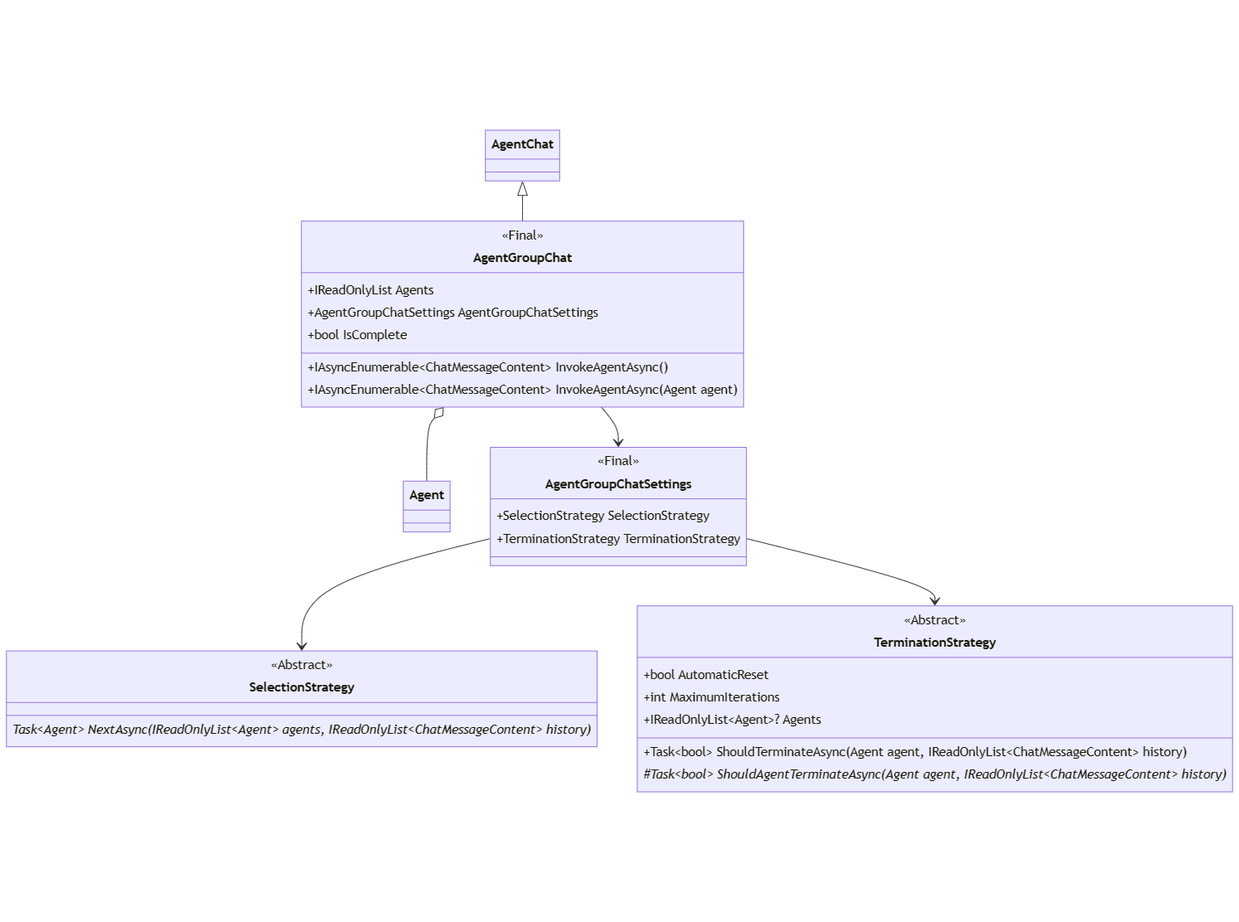
Above: docs/decisions/diagrams/agent-groupchat.png in microsoft/semantic-kernel (Mermaid), before the change. Its source is kept beside it as docs/decisions/diagrams/agent-groupchat.mmd. The source it was exported from:
```mermaid
classDiagram

    Agent
    AgentChannel
    AgentChat

    AgentChat <|-- AgentGroupChat
    AgentGroupChat o-- Agent
    AgentGroupChat --> AgentGroupChatSettings
    class AgentGroupChat {
        <<Final>>
        +IReadOnlyList<Agent> Agents
        +AgentGroupChatSettings AgentGroupChatSettings
        +bool IsComplete
        +IAsyncEnumerable~ChatMessageContent~ InvokeAgentAsync()
        +IAsyncEnumerable~ChatMessageContent~ InvokeAgentAsync(Agent agent)
    }

    AgentGroupChatSettings --> SelectionStrategy
    AgentGroupChatSettings --> TerminationStrategy
    class AgentGroupChatSettings {
        <<Final>>
        +SelectionStrategy SelectionStrategy
        +TerminationStrategy TerminationStrategy
    }

    class SelectionStrategy {
        <<Abstract>>
        Task~Agent~ NextAsync(IReadOnlyList~Agent~ agents, IReadOnlyList~ChatMessageContent~ history)*
    }

    class TerminationStrategy {
        <<Abstract>>
        +bool AutomaticReset
        +int MaximumIterations
        +IReadOnlyList~Agent~? Agents
        +Task~bool~ ShouldTerminateAsync(Agent agent, IReadOnlyList~ChatMessageContent~ history)
        #Task~bool~ ShouldAgentTerminateAsync(Agent agent, IReadOnlyList~ChatMessageContent~ history)*
    }
```
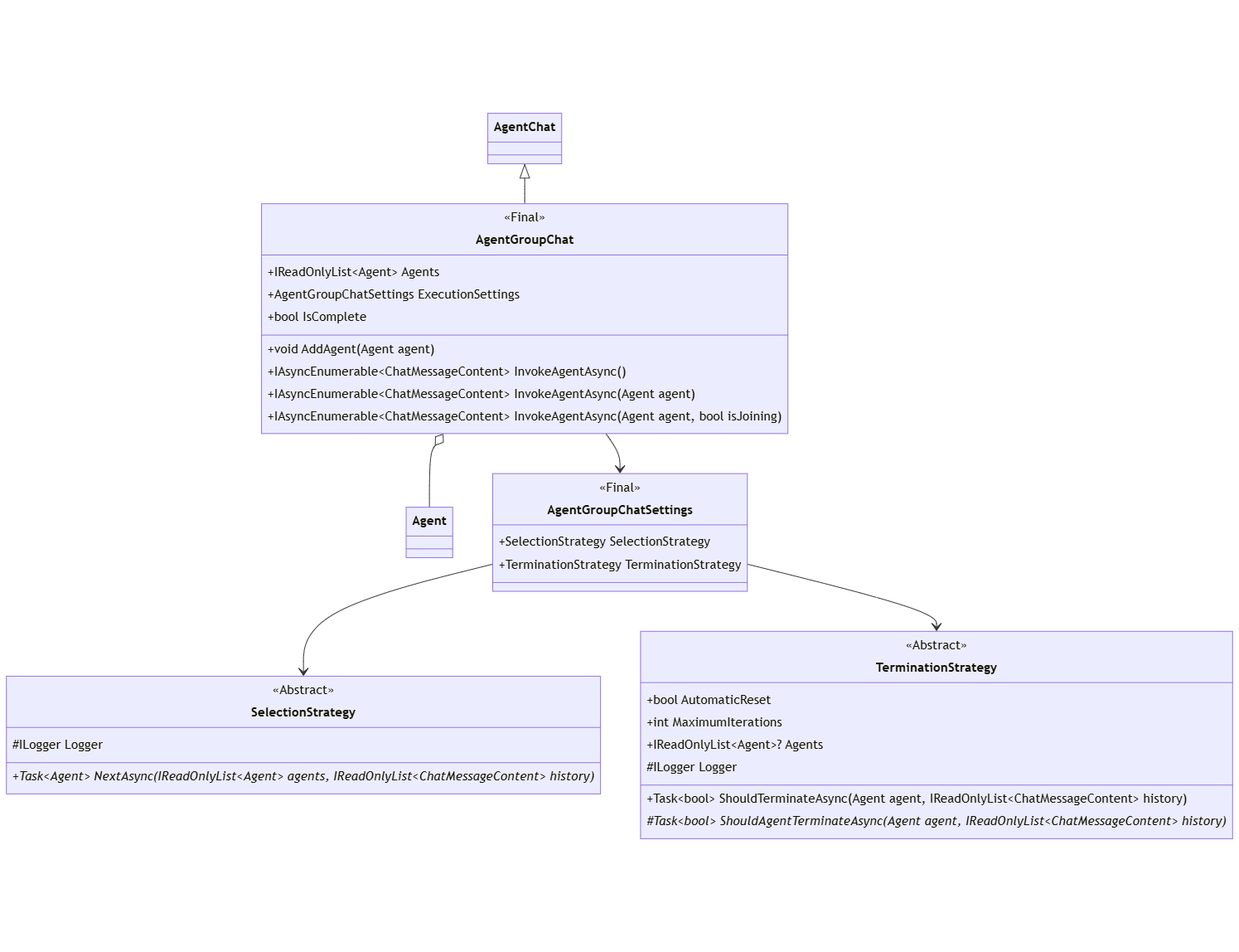
After the commit.

The edit, as a diff of the source:
```diff
@@ -9,11 +9,13 @@
     AgentGroupChat --> AgentGroupChatSettings
     class AgentGroupChat {
         <<Final>>
-        +IReadOnlyList<Agent> Agents
-        +AgentGroupChatSettings AgentGroupChatSettings
+        +IReadOnlyList~Agent~ Agents
+        +AgentGroupChatSettings ExecutionSettings
         +bool IsComplete
+        +void AddAgent(Agent agent)
         +IAsyncEnumerable~ChatMessageContent~ InvokeAgentAsync()
         +IAsyncEnumerable~ChatMessageContent~ InvokeAgentAsync(Agent agent)
+        +IAsyncEnumerable~ChatMessageContent~ InvokeAgentAsync(Agent agent, bool isJoining)
     }
 
     AgentGroupChatSettings --> SelectionStrategy
@@ -26,7 +28,8 @@
 
     class SelectionStrategy {
         <<Abstract>>
-        Task~Agent~ NextAsync(IReadOnlyList~Agent~ agents, IReadOnlyList~ChatMessageContent~ history)*
+        #ILogger Logger
+        +Task~Agent~ NextAsync(IReadOnlyList~Agent~ agents, IReadOnlyList~ChatMessageContent~ history)*
     }
 
     class TerminationStrategy {
@@ -34,6 +37,7 @@
         +bool AutomaticReset
         +int MaximumIterations
         +IReadOnlyList~Agent~? Agents
+        #ILogger Logger
         +Task~bool~ ShouldTerminateAsync(Agent agent, IReadOnlyList~ChatMessageContent~ history)
         #Task~bool~ ShouldAgentTerminateAsync(Agent agent, IReadOnlyList~ChatMessageContent~ history)*
     }
```
